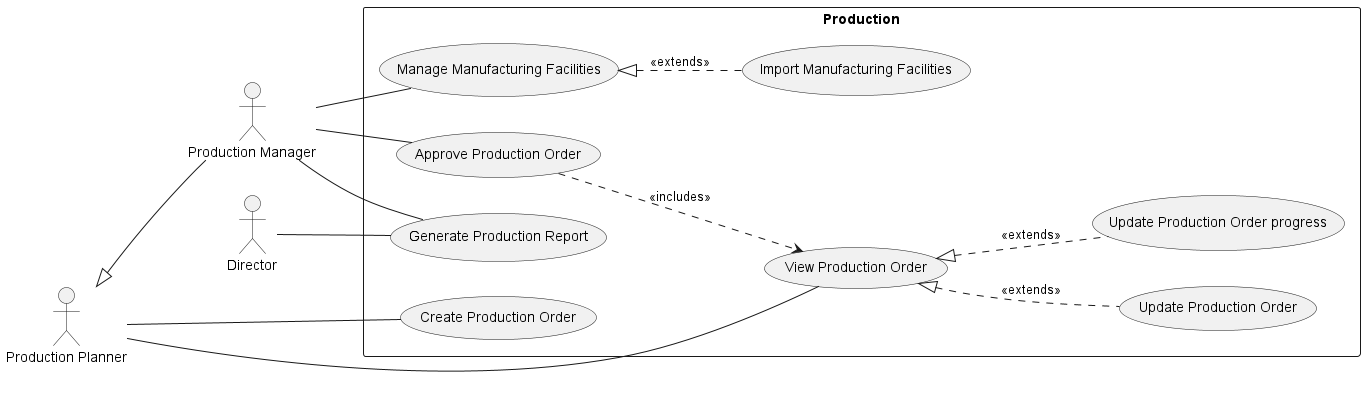
Before: use-cases/Production.png, a diagram exported from PlantUML (phihungha/scmss-reqs).
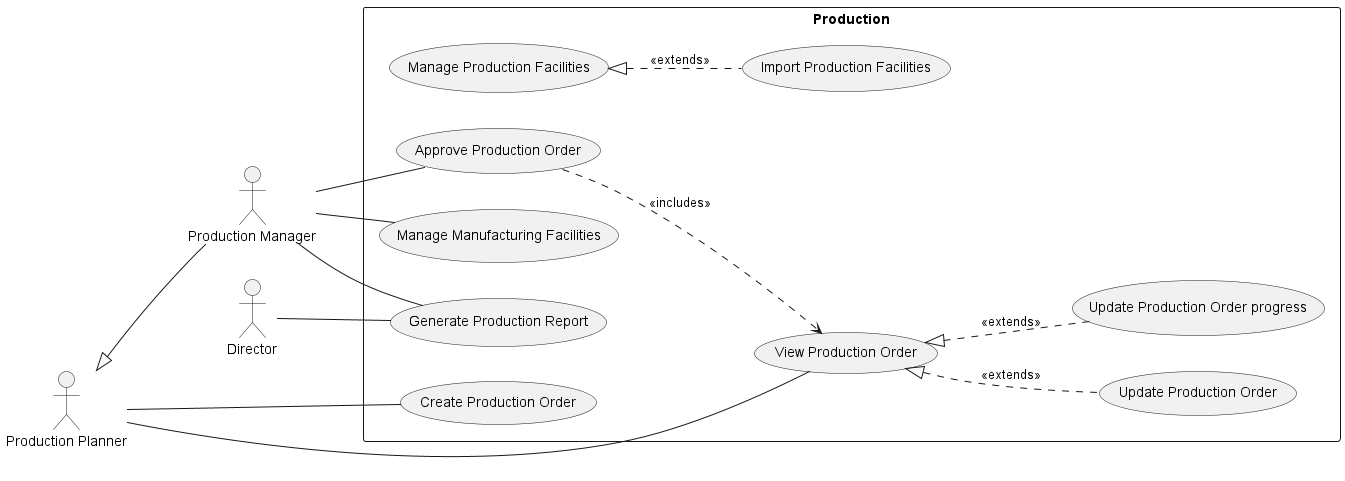
Later version of the same file.

Commit message:
Shorten production facility name

The edit, as a diff of the source:
```diff
@@ -17,7 +17,7 @@
   (Approve Production Order) ..> (View Production Order) : <<includes>>
 
   pm -- (Manage Manufacturing Facilities)
-  (Manage Manufacturing Facilities) <|.. (Import Manufacturing Facilities) : <<extends>>
+  (Manage Production Facilities) <|.. (Import Production Facilities) : <<extends>>
   pm -- (Generate Production Report)
   d -- (Generate Production Report)
 }
```
